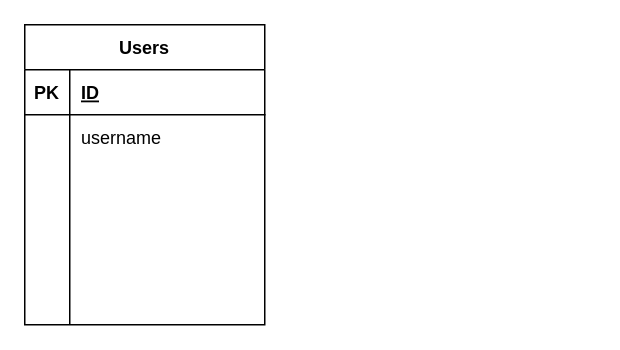
Before: 名称未設定ファイル.drawio in honsu1004/travel-editor, a draw.io diagram. Source tidied: cells renumbered, new cells numbered last; positions are measured from the earlier drawing's top-left corner, leaving out a move shared by most shapes. Both pictures are drawn from the tidied source at 150%, with x=0, y=0 at pixel (24, 24).
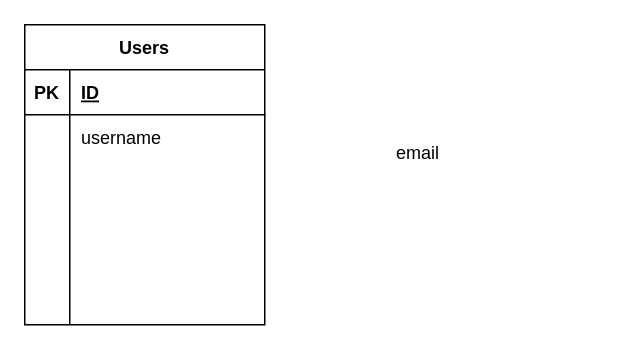
The same page after the edit.

Commit message:
travel-editor

Diff of the diagram source:
```diff
@@
 <mxGraphModel>
   <root>
     <mxCell id="0" />
     <mxCell id="1" parent="0" />
     <mxCell id="2" value="Users" style="shape=table;startSize=30;childLayout=tableLayout;rowLines=0;fontStyle=1;align=center;" parent="1" vertex="1">
       <mxGeometry width="160" height="200" as="geometry" />
     </mxCell>
     <mxCell id="3" style="shape=partialRectangle;fillColor=none;top=0;left=0;right=0;bottom=1;" parent="2" vertex="1">
       <mxGeometry y="30" width="160" height="30" as="geometry" />
     </mxCell>
     <mxCell id="4" value="PK" style="shape=partialRectangle;overflow=hidden;fillColor=none;top=0;left=0;bottom=0;right=0;fontStyle=1;" parent="3" vertex="1">
       <mxGeometry width="30" height="30" as="geometry" />
     </mxCell>
     <mxCell id="5" value="ID" style="shape=partialRectangle;overflow=hidden;fillColor=none;top=0;left=0;bottom=0;right=0;align=left;spacingLeft=6;fontStyle=5;" parent="3" vertex="1">
       <mxGeometry x="30" width="130" height="30" as="geometry" />
     </mxCell>
     <mxCell id="6" style="shape=partialRectangle;fillColor=none;top=0;left=0;right=0;bottom=0;" parent="2" vertex="1">
       <mxGeometry y="60" width="160" height="140" as="geometry" />
     </mxCell>
     <mxCell id="7" style="shape=partialRectangle;overflow=hidden;fillColor=none;top=0;left=0;bottom=0;right=0;" parent="6" vertex="1">
       <mxGeometry width="30" height="140" as="geometry" />
     </mxCell>
     <mxCell id="8" style="shape=partialRectangle;overflow=hidden;fillColor=none;top=0;left=0;bottom=0;right=0;align=left;spacingLeft=6;" parent="6" vertex="1">
       <mxGeometry x="30" width="130" height="140" as="geometry" />
     </mxCell>
     <mxCell id="9" value="username" style="shape=partialRectangle;overflow=hidden;fillColor=none;top=0;left=0;bottom=0;right=0;align=left;spacingLeft=6;" parent="1" vertex="1">
       <mxGeometry x="30" y="60" width="130" height="30" as="geometry" />
     </mxCell>
+    <mxCell id="10" value="email" style="shape=partialRectangle;overflow=hidden;fillColor=none;top=0;left=0;bottom=0;right=0;align=left;spacingLeft=6;" parent="1" vertex="1">
+      <mxGeometry x="240" y="70" width="140" height="30" as="geometry" />
+    </mxCell>
   </root>
 </mxGraphModel>
```
